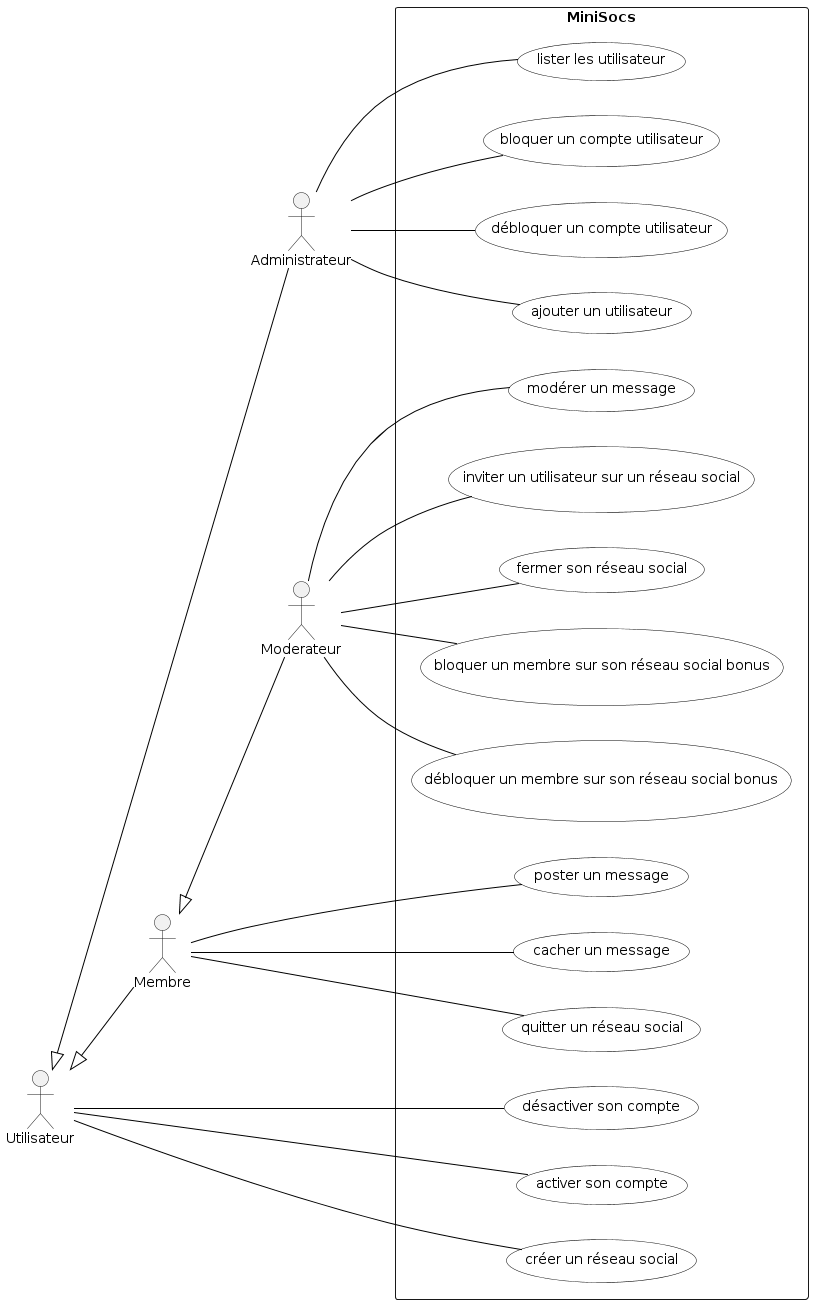
Earlier version of the PlantUML export Diagrammes/minisocs_uml_diag_cas_utilisation.png (lukalafaye/MiniSocs).
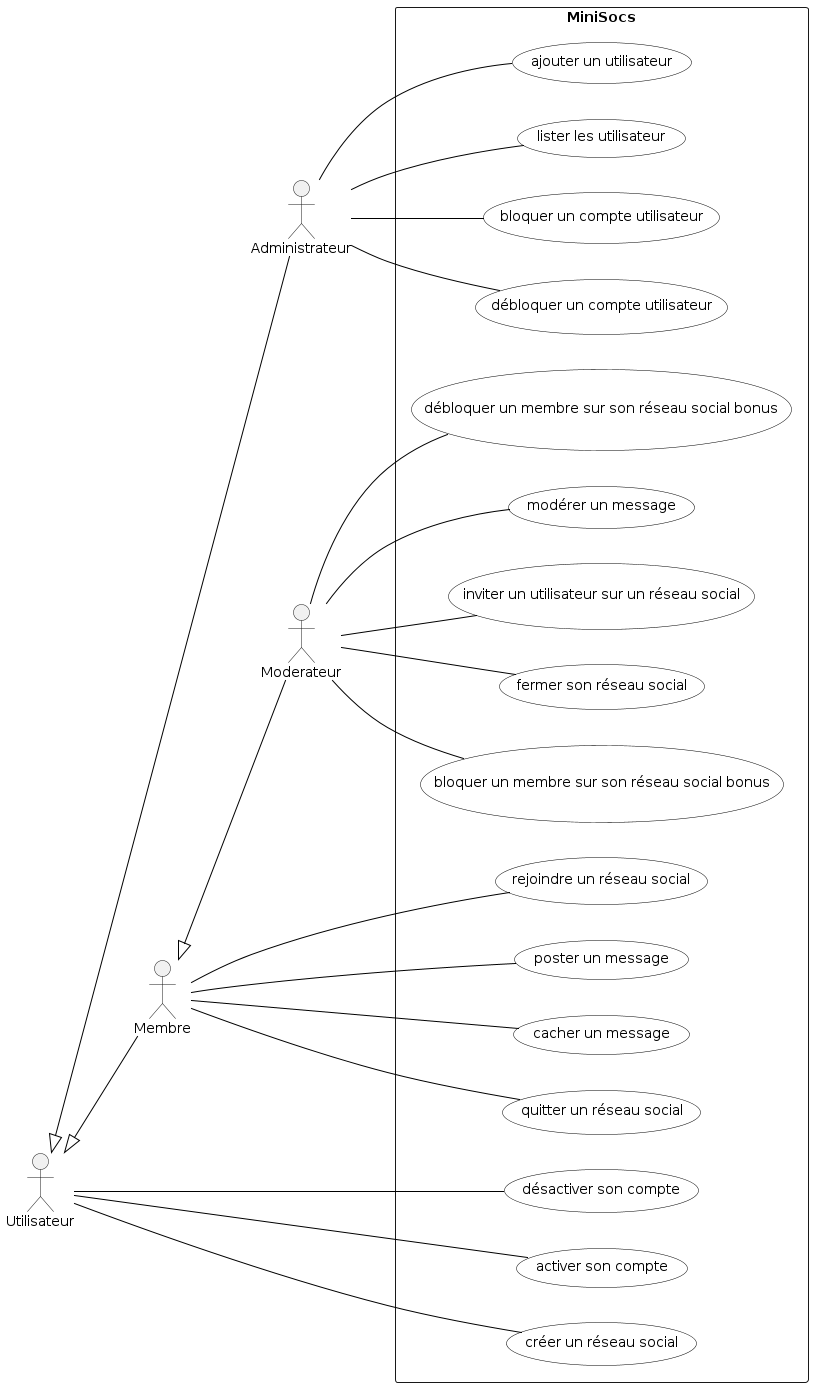
After the change.

Diff of the diagram source:
```diff
@@ -34,6 +34,7 @@
 :Moderateur:     -- (bloquer un membre sur son réseau social bonus)
 :Moderateur:     -- (débloquer un membre sur son réseau social bonus)
 
+:Membre:         -- (rejoindre un réseau social)
 :Membre:         -- (poster un message)
 :Membre:         -- (cacher un message)
 :Membre:         -- (quitter un réseau social)
```
